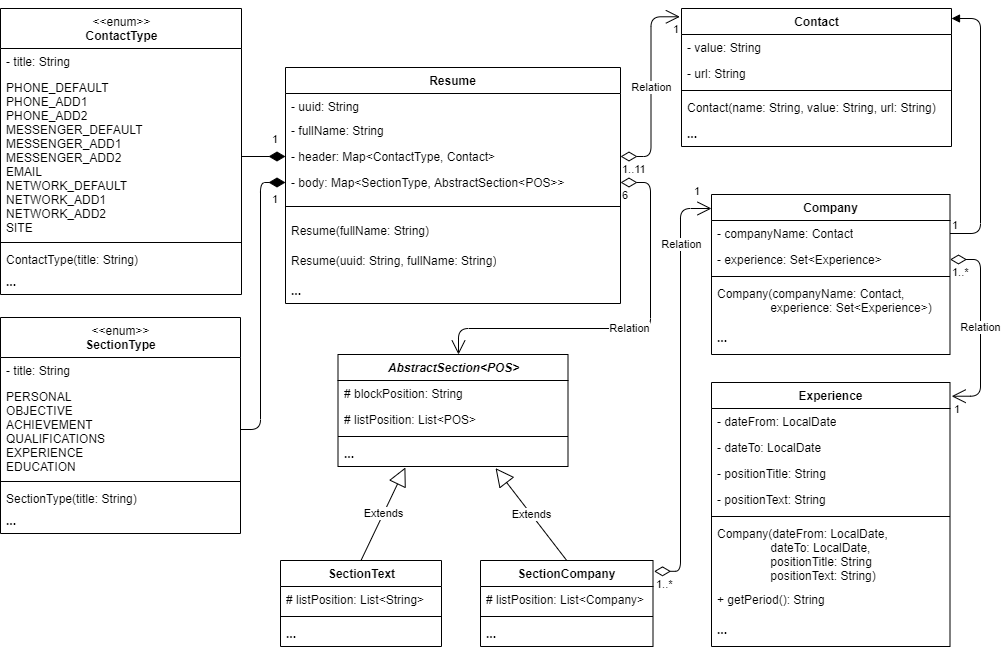
Above: Resource/ModelResume.png in Random280921/basejava (draw.io), before the change. Source tidied: cells renumbered, new cells last; positions are measured from the earlier drawing's top-left corner, leaving out a move shared by most shapes.
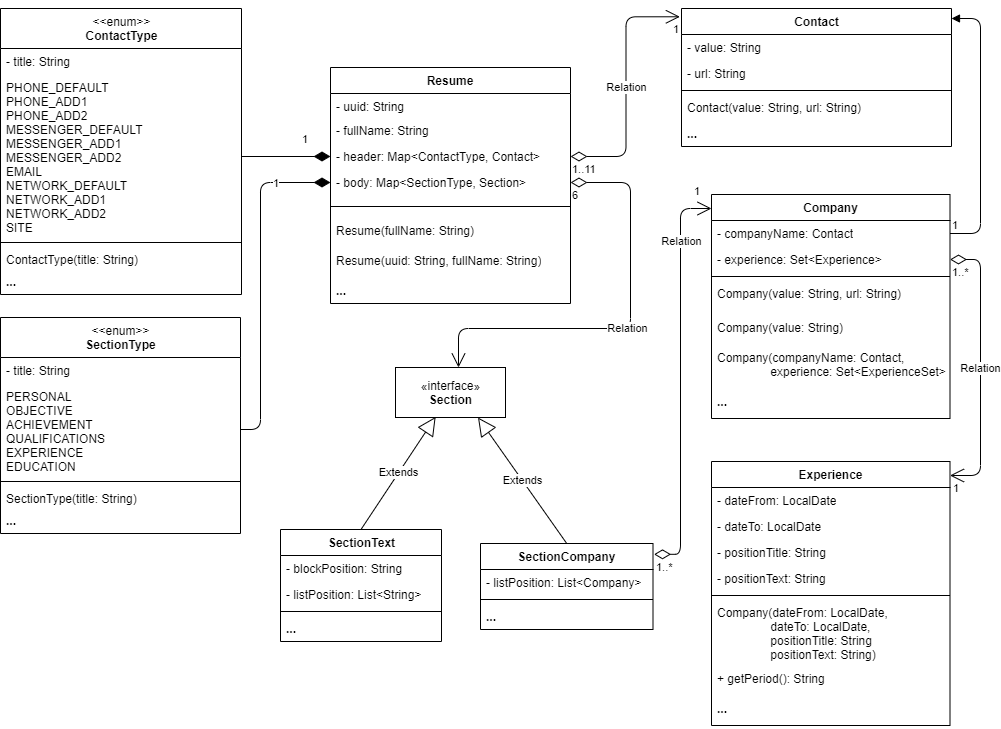
Later version of the same file.

Commit message:
Урок 7: ДЗ - Resume, *Section*, ModelResume - edit, PhoneNumberException - new

The edit, as a diff of the source:
```diff
@@ -3,31 +3,31 @@
     <mxCell id="0" />
     <mxCell id="1" parent="0" />
     <mxCell id="2" value="Resume" style="swimlane;fontStyle=1;align=center;verticalAlign=top;horizontal=1;startSize=26;" parent="1" vertex="1">
-      <mxGeometry x="285" y="59" width="335" height="236" as="geometry" />
+      <mxGeometry x="330" y="59" width="240" height="236" as="geometry" />
     </mxCell>
     <mxCell id="3" value="- uuid: String&#10;&#10;" style="text;strokeColor=none;fillColor=none;align=left;verticalAlign=top;spacingLeft=4;spacingRight=4;overflow=hidden;" parent="2" vertex="1">
-      <mxGeometry y="26" width="335" height="24" as="geometry" />
+      <mxGeometry y="26" width="240" height="24" as="geometry" />
     </mxCell>
     <mxCell id="4" value="- fullName: String" style="text;strokeColor=none;fillColor=none;align=left;verticalAlign=top;spacingLeft=4;spacingRight=4;overflow=hidden;" parent="2" vertex="1">
-      <mxGeometry y="50" width="335" height="26" as="geometry" />
+      <mxGeometry y="50" width="240" height="26" as="geometry" />
     </mxCell>
     <mxCell id="5" value="- header: Map&lt;ContactType, Contact&gt;" style="text;strokeColor=none;fillColor=none;align=left;verticalAlign=top;spacingLeft=4;spacingRight=4;overflow=hidden;points=[[0,0.5],[1,0.5]];portConstraint=eastwest;" parent="2" vertex="1">
-      <mxGeometry y="76" width="335" height="26" as="geometry" />
+      <mxGeometry y="76" width="240" height="26" as="geometry" />
     </mxCell>
-    <mxCell id="6" value="- body: Map&lt;SectionType, AbstractSection&lt;POS&gt;&gt;" style="text;strokeColor=none;fillColor=none;align=left;verticalAlign=top;spacingLeft=4;spacingRight=4;overflow=hidden;points=[[0,0.5],[1,0.5]];portConstraint=eastwest;" parent="2" vertex="1">
-      <mxGeometry y="102" width="335" height="26" as="geometry" />
+    <mxCell id="6" value="- body: Map&lt;SectionType, Section&gt;" style="text;strokeColor=none;fillColor=none;align=left;verticalAlign=top;spacingLeft=4;spacingRight=4;overflow=hidden;points=[[0,0.5],[1,0.5]];portConstraint=eastwest;" parent="2" vertex="1">
+      <mxGeometry y="102" width="240" height="26" as="geometry" />
     </mxCell>
     <mxCell id="7" style="line;strokeWidth=1;fillColor=none;align=left;verticalAlign=middle;spacingTop=-1;spacingLeft=3;spacingRight=3;labelPosition=right;" parent="2" vertex="1">
-      <mxGeometry y="128" width="335" height="22" as="geometry" />
+      <mxGeometry y="128" width="240" height="22" as="geometry" />
     </mxCell>
     <mxCell id="8" value="&lt;div style=&quot;text-align: center&quot;&gt;&lt;span style=&quot;text-align: left&quot;&gt;Resume(fullName: String)&lt;/span&gt;&lt;br&gt;&lt;/div&gt;" style="text;strokeColor=none;fillColor=none;align=left;verticalAlign=top;spacingLeft=4;spacingRight=4;overflow=hidden;html=1;" parent="2" vertex="1">
-      <mxGeometry y="150" width="335" height="30" as="geometry" />
+      <mxGeometry y="150" width="240" height="30" as="geometry" />
     </mxCell>
     <mxCell id="9" value="&lt;div style=&quot;text-align: center&quot;&gt;&lt;span style=&quot;text-align: left&quot;&gt;Resume(uuid: String, fullName: String)&lt;/span&gt;&lt;br&gt;&lt;/div&gt;" style="text;strokeColor=none;fillColor=none;align=left;verticalAlign=top;spacingLeft=4;spacingRight=4;overflow=hidden;html=1;" parent="2" vertex="1">
-      <mxGeometry y="180" width="335" height="30" as="geometry" />
+      <mxGeometry y="180" width="240" height="30" as="geometry" />
     </mxCell>
     <mxCell id="10" value="..." style="text;strokeColor=none;fillColor=none;align=left;verticalAlign=top;spacingLeft=4;spacingRight=4;overflow=hidden;fontStyle=1;" parent="2" vertex="1">
-      <mxGeometry y="210" width="335" height="26" as="geometry" />
+      <mxGeometry y="210" width="240" height="26" as="geometry" />
     </mxCell>
     <mxCell id="11" value="Relation" style="endArrow=open;html=1;endSize=12;startArrow=diamondThin;startSize=14;startFill=0;edgeStyle=orthogonalEdgeStyle;rounded=1;strokeColor=default;strokeWidth=1;entryX=-0.006;entryY=0.06;entryDx=0;entryDy=0;entryPerimeter=0;" parent="1" edge="1" source="5" target="31">
       <mxGeometry relative="1" as="geometry" />
@@ -85,11 +85,11 @@
     <mxCell id="27" value="1" style="endArrow=none;html=1;endSize=12;startArrow=diamondThin;startSize=14;startFill=1;edgeStyle=orthogonalEdgeStyle;align=left;verticalAlign=bottom;rounded=1;strokeColor=default;strokeWidth=1;exitX=0;exitY=0.5;exitDx=0;exitDy=0;entryX=1;entryY=0.5;entryDx=0;entryDy=0;endFill=0;" parent="1" edge="1" source="5" target="16">
       <mxGeometry x="-0.32" y="-8" relative="1" as="geometry" />
     </mxCell>
-    <mxCell id="28" value="Relation" style="endArrow=open;html=1;endSize=12;startArrow=diamondThin;startSize=14;startFill=0;edgeStyle=orthogonalEdgeStyle;rounded=1;strokeColor=default;strokeWidth=1;exitX=1;exitY=0.5;exitDx=0;exitDy=0;" parent="1" edge="1" source="6" target="41">
+    <mxCell id="28" value="Relation" style="endArrow=open;html=1;endSize=12;startArrow=diamondThin;startSize=14;startFill=0;edgeStyle=orthogonalEdgeStyle;rounded=1;strokeColor=default;strokeWidth=1;exitX=1;exitY=0.5;exitDx=0;exitDy=0;" parent="1" edge="1" source="6" target="78">
       <mxGeometry relative="1" as="geometry">
         <Array as="points">
-          <mxPoint x="650" y="174" />
-          <mxPoint x="650" y="320" />
+          <mxPoint x="630" y="174" />
+          <mxPoint x="630" y="320" />
           <mxPoint x="458" y="320" />
         </Array>
       </mxGeometry>
@@ -112,43 +112,31 @@
     <mxCell id="34" style="line;strokeWidth=1;fillColor=none;align=left;verticalAlign=middle;spacingTop=-1;spacingLeft=3;spacingRight=3;labelPosition=right;html=1;" parent="31" vertex="1">
       <mxGeometry y="78" width="270" height="8" as="geometry" />
     </mxCell>
-    <mxCell id="35" value="Contact(name: String, value: String, url: String)" style="text;strokeColor=none;fillColor=none;align=left;verticalAlign=top;spacingLeft=4;spacingRight=4;overflow=hidden;html=1;" parent="31" vertex="1">
+    <mxCell id="35" value="Contact(value: String, url: String)" style="text;strokeColor=none;fillColor=none;align=left;verticalAlign=top;spacingLeft=4;spacingRight=4;overflow=hidden;html=1;" parent="31" vertex="1">
       <mxGeometry y="86" width="270" height="26" as="geometry" />
     </mxCell>
     <mxCell id="36" value="&lt;b&gt;...&lt;/b&gt;" style="text;strokeColor=none;fillColor=none;align=left;verticalAlign=top;spacingLeft=4;spacingRight=4;overflow=hidden;html=1;" parent="31" vertex="1">
       <mxGeometry y="112" width="270" height="26" as="geometry" />
     </mxCell>
     <mxCell id="37" value="SectionText" style="swimlane;fontStyle=1;align=center;verticalAlign=top;horizontal=1;startSize=26;strokeColor=default;html=1;" parent="1" vertex="1">
-      <mxGeometry x="280" y="552" width="161" height="86" as="geometry" />
+      <mxGeometry x="280" y="521" width="161" height="112" as="geometry" />
     </mxCell>
+    <mxCell id="75" value="- blockPosition: String" style="text;strokeColor=none;fillColor=none;align=left;verticalAlign=top;spacingLeft=4;spacingRight=4;overflow=hidden;html=1;" parent="37" vertex="1">
+      <mxGeometry y="26" width="161" height="26" as="geometry" />
+    </mxCell>
-    <mxCell id="38" value="# listPosition: List&amp;lt;String&amp;gt;" style="text;strokeColor=none;fillColor=none;align=left;verticalAlign=top;spacingLeft=4;spacingRight=4;overflow=hidden;html=1;" parent="37" vertex="1">
-      <mxGeometry y="26" width="161" height="26" as="geometry" />
+    <mxCell id="38" value="- listPosition: List&amp;lt;String&amp;gt;" style="text;strokeColor=none;fillColor=none;align=left;verticalAlign=top;spacingLeft=4;spacingRight=4;overflow=hidden;html=1;" parent="37" vertex="1">
+      <mxGeometry y="52" width="161" height="26" as="geometry" />
     </mxCell>
     <mxCell id="39" style="line;strokeWidth=1;fillColor=none;align=left;verticalAlign=middle;spacingTop=-1;spacingLeft=3;spacingRight=3;labelPosition=right;html=1;" parent="37" vertex="1">
-      <mxGeometry y="52" width="161" height="8" as="geometry" />
+      <mxGeometry y="78" width="161" height="8" as="geometry" />
     </mxCell>
     <mxCell id="40" value="&lt;b&gt;...&lt;/b&gt;" style="text;strokeColor=none;fillColor=none;align=left;verticalAlign=top;spacingLeft=4;spacingRight=4;overflow=hidden;html=1;" parent="37" vertex="1">
-      <mxGeometry y="60" width="161" height="26" as="geometry" />
+      <mxGeometry y="86" width="161" height="26" as="geometry" />
     </mxCell>
-    <mxCell id="41" value="&lt;i&gt;AbstractSection&amp;lt;POS&amp;gt;&lt;/i&gt;" style="swimlane;fontStyle=1;align=center;verticalAlign=top;horizontal=1;startSize=26;strokeColor=default;html=1;" parent="1" vertex="1">
-      <mxGeometry x="337.5" y="346" width="230" height="112" as="geometry" />
-    </mxCell>
-    <mxCell id="42" value="# blockPosition: String" style="text;strokeColor=none;fillColor=none;align=left;verticalAlign=top;spacingLeft=4;spacingRight=4;overflow=hidden;html=1;" parent="41" vertex="1">
-      <mxGeometry y="26" width="230" height="26" as="geometry" />
-    </mxCell>
-    <mxCell id="43" value="# listPosition: List&amp;lt;POS&amp;gt;" style="text;strokeColor=none;fillColor=none;align=left;verticalAlign=top;spacingLeft=4;spacingRight=4;overflow=hidden;html=1;" parent="41" vertex="1">
-      <mxGeometry y="52" width="230" height="26" as="geometry" />
-    </mxCell>
-    <mxCell id="44" style="line;strokeWidth=1;fillColor=none;align=left;verticalAlign=middle;spacingTop=-1;spacingLeft=3;spacingRight=3;labelPosition=right;html=1;" parent="41" vertex="1">
-      <mxGeometry y="78" width="230" height="8" as="geometry" />
-    </mxCell>
-    <mxCell id="45" value="&lt;b&gt;...&lt;/b&gt;" style="text;strokeColor=none;fillColor=none;align=left;verticalAlign=top;spacingLeft=4;spacingRight=4;overflow=hidden;points=[[0,0.5],[1,0.5]];portConstraint=eastwest;html=1;" parent="41" vertex="1">
-      <mxGeometry y="86" width="230" height="26" as="geometry" />
-    </mxCell>
     <mxCell id="46" value="SectionCompany" style="swimlane;fontStyle=1;align=center;verticalAlign=top;horizontal=1;startSize=26;strokeColor=default;html=1;" parent="1" vertex="1">
-      <mxGeometry x="480" y="552" width="172.5" height="86" as="geometry" />
+      <mxGeometry x="480" y="535" width="172.5" height="86" as="geometry" />
     </mxCell>
-    <mxCell id="47" value="# listPosition: List&amp;lt;Company&amp;gt;" style="text;strokeColor=none;fillColor=none;align=left;verticalAlign=top;spacingLeft=4;spacingRight=4;overflow=hidden;html=1;" parent="46" vertex="1">
+    <mxCell id="47" value="- listPosition: List&amp;lt;Company&amp;gt;" style="text;strokeColor=none;fillColor=none;align=left;verticalAlign=top;spacingLeft=4;spacingRight=4;overflow=hidden;html=1;" parent="46" vertex="1">
       <mxGeometry y="26" width="172.5" height="26" as="geometry" />
     </mxCell>
     <mxCell id="48" style="line;strokeWidth=1;fillColor=none;align=left;verticalAlign=middle;spacingTop=-1;spacingLeft=3;spacingRight=3;labelPosition=right;html=1;" parent="46" vertex="1">
@@ -158,7 +146,7 @@
       <mxGeometry y="60" width="172.5" height="26" as="geometry" />
     </mxCell>
     <mxCell id="50" value="Company" style="swimlane;fontStyle=1;align=center;verticalAlign=top;horizontal=1;startSize=26;strokeColor=default;html=1;" parent="1" vertex="1">
-      <mxGeometry x="711" y="186" width="238.5" height="160" as="geometry" />
+      <mxGeometry x="711" y="186" width="238.5" height="224" as="geometry" />
     </mxCell>
     <mxCell id="51" value="- companyName: Contact" style="text;strokeColor=none;fillColor=none;align=left;verticalAlign=top;spacingLeft=4;spacingRight=4;overflow=hidden;points=[[0,0.5],[1,0.5]];portConstraint=eastwest;html=1;" parent="50" vertex="1">
       <mxGeometry y="26" width="238.5" height="26" as="geometry" />
@@ -169,11 +157,17 @@
     <mxCell id="53" style="line;strokeWidth=1;fillColor=none;align=left;verticalAlign=middle;spacingTop=-1;spacingLeft=3;spacingRight=3;labelPosition=right;html=1;" parent="50" vertex="1">
       <mxGeometry y="78" width="238.5" height="8" as="geometry" />
     </mxCell>
-    <mxCell id="54" value="Company(companyName: Contact,&lt;br&gt;&lt;span style=&quot;white-space: pre&quot;&gt;&#9;&lt;/span&gt;&lt;span style=&quot;white-space: pre&quot;&gt;&#9;&lt;/span&gt;experience: Set&amp;lt;Experience&amp;gt;)" style="text;strokeColor=none;fillColor=none;align=left;verticalAlign=top;spacingLeft=4;spacingRight=4;overflow=hidden;html=1;" parent="50" vertex="1">
-      <mxGeometry y="86" width="238.5" height="44" as="geometry" />
+    <mxCell id="54" value="Company(value: String, url: String)" style="text;strokeColor=none;fillColor=none;align=left;verticalAlign=top;spacingLeft=4;spacingRight=4;overflow=hidden;html=1;" parent="50" vertex="1">
+      <mxGeometry y="86" width="238.5" height="34" as="geometry" />
     </mxCell>
+    <mxCell id="76" value="Company(value: String)" style="text;strokeColor=none;fillColor=none;align=left;verticalAlign=top;spacingLeft=4;spacingRight=4;overflow=hidden;html=1;" parent="50" vertex="1">
+      <mxGeometry y="120" width="238.5" height="30" as="geometry" />
+    </mxCell>
+    <mxCell id="77" value="Company(companyName: Contact,&lt;br&gt;&lt;span style=&quot;white-space: pre&quot;&gt;&#9;&lt;/span&gt;&lt;span style=&quot;white-space: pre&quot;&gt;&#9;&lt;/span&gt;experience: Set&amp;lt;ExperienceSet&amp;gt;)" style="text;strokeColor=none;fillColor=none;align=left;verticalAlign=top;spacingLeft=4;spacingRight=4;overflow=hidden;html=1;" parent="50" vertex="1">
+      <mxGeometry y="150" width="238.5" height="44" as="geometry" />
+    </mxCell>
     <mxCell id="55" value="&lt;b&gt;...&lt;/b&gt;" style="text;strokeColor=none;fillColor=none;align=left;verticalAlign=top;spacingLeft=4;spacingRight=4;overflow=hidden;html=1;" parent="50" vertex="1">
-      <mxGeometry y="130" width="238.5" height="30" as="geometry" />
+      <mxGeometry y="194" width="238.5" height="30" as="geometry" />
     </mxCell>
     <mxCell id="56" style="endArrow=block;endFill=1;html=1;edgeStyle=orthogonalEdgeStyle;align=left;verticalAlign=top;rounded=1;strokeColor=default;strokeWidth=1;exitX=1;exitY=0.5;exitDx=0;exitDy=0;" parent="1" edge="1" source="51" target="31">
       <mxGeometry x="-1" relative="1" as="geometry">
@@ -189,7 +183,7 @@
     <mxCell id="58" value="Relation" style="endArrow=open;html=1;endSize=12;startArrow=diamondThin;startSize=14;startFill=0;edgeStyle=orthogonalEdgeStyle;rounded=1;strokeColor=default;strokeWidth=1;exitX=1.006;exitY=0.126;exitDx=0;exitDy=0;exitPerimeter=0;" parent="1" edge="1" source="46" target="50">
       <mxGeometry x="0.68" relative="1" as="geometry">
         <Array as="points">
-          <mxPoint x="680" y="563" />
+          <mxPoint x="680" y="546" />
           <mxPoint x="680" y="200" />
         </Array>
         <mxPoint x="1" as="offset" />
@@ -204,7 +198,7 @@
       </mxGeometry>
     </mxCell>
     <mxCell id="61" value="Experience" style="swimlane;fontStyle=1;align=center;verticalAlign=top;horizontal=1;startSize=26;strokeColor=default;html=1;" parent="1" vertex="1">
-      <mxGeometry x="711" y="374" width="238.5" height="264" as="geometry" />
+      <mxGeometry x="711" y="453" width="238.5" height="264" as="geometry" />
     </mxCell>
     <mxCell id="62" value="- dateFrom: LocalDate" style="text;strokeColor=none;fillColor=none;align=left;verticalAlign=top;spacingLeft=4;spacingRight=4;overflow=hidden;html=1;" parent="61" vertex="1">
       <mxGeometry y="26" width="238.5" height="26" as="geometry" />
@@ -230,11 +224,11 @@
     <mxCell id="69" value="&lt;b&gt;...&lt;/b&gt;" style="text;strokeColor=none;fillColor=none;align=left;verticalAlign=top;spacingLeft=4;spacingRight=4;overflow=hidden;html=1;" parent="61" vertex="1">
       <mxGeometry y="234" width="238.5" height="30" as="geometry" />
     </mxCell>
-    <mxCell id="70" value="Relation" style="endArrow=open;html=1;endSize=12;startArrow=diamondThin;startSize=14;startFill=0;edgeStyle=orthogonalEdgeStyle;rounded=1;strokeColor=default;strokeWidth=1;exitX=1;exitY=0.5;exitDx=0;exitDy=0;entryX=1.007;entryY=0.052;entryDx=0;entryDy=0;entryPerimeter=0;" parent="1" edge="1" source="52" target="61">
+    <mxCell id="70" value="Relation" style="endArrow=open;html=1;endSize=12;startArrow=diamondThin;startSize=14;startFill=0;edgeStyle=orthogonalEdgeStyle;rounded=1;strokeColor=default;strokeWidth=1;exitX=1;exitY=0.5;exitDx=0;exitDy=0;" parent="1" edge="1" source="52" target="61">
       <mxGeometry relative="1" as="geometry">
         <Array as="points">
           <mxPoint x="980" y="251" />
-          <mxPoint x="980" y="388" />
+          <mxPoint x="980" y="467" />
         </Array>
       </mxGeometry>
     </mxCell>
@@ -246,11 +240,14 @@
         <mxPoint x="9" as="offset" />
       </mxGeometry>
     </mxCell>
-    <mxCell id="73" value="Extends" style="endArrow=block;endSize=16;endFill=0;html=1;rounded=0;entryX=0.293;entryY=1.038;entryDx=0;entryDy=0;entryPerimeter=0;exitX=0.5;exitY=0;exitDx=0;exitDy=0;" parent="1" edge="1" source="37" target="45">
+    <mxCell id="73" value="Extends" style="endArrow=block;endSize=16;endFill=0;html=1;rounded=0;entryX=0.365;entryY=0.988;entryDx=0;entryDy=0;entryPerimeter=0;exitX=0.5;exitY=0;exitDx=0;exitDy=0;" parent="1" edge="1" source="37" target="78">
       <mxGeometry relative="1" as="geometry" />
     </mxCell>
-    <mxCell id="74" value="Extends" style="endArrow=block;endSize=16;endFill=0;html=1;rounded=0;exitX=0.5;exitY=0;exitDx=0;exitDy=0;entryX=0.685;entryY=1.062;entryDx=0;entryDy=0;entryPerimeter=0;" parent="1" edge="1" source="46" target="45">
+    <mxCell id="74" value="Extends" style="endArrow=block;endSize=16;endFill=0;html=1;rounded=0;exitX=0.5;exitY=0;exitDx=0;exitDy=0;entryX=0.75;entryY=1;entryDx=0;entryDy=0;" parent="1" edge="1" source="46" target="78">
       <mxGeometry relative="1" as="geometry" />
     </mxCell>
+    <mxCell id="78" value="«interface»&lt;br&gt;&lt;b&gt;Section&lt;/b&gt;" style="html=1;" parent="1" vertex="1">
+      <mxGeometry x="395" y="359" width="110" height="50" as="geometry" />
+    </mxCell>
   </root>
 </mxGraphModel>
```
